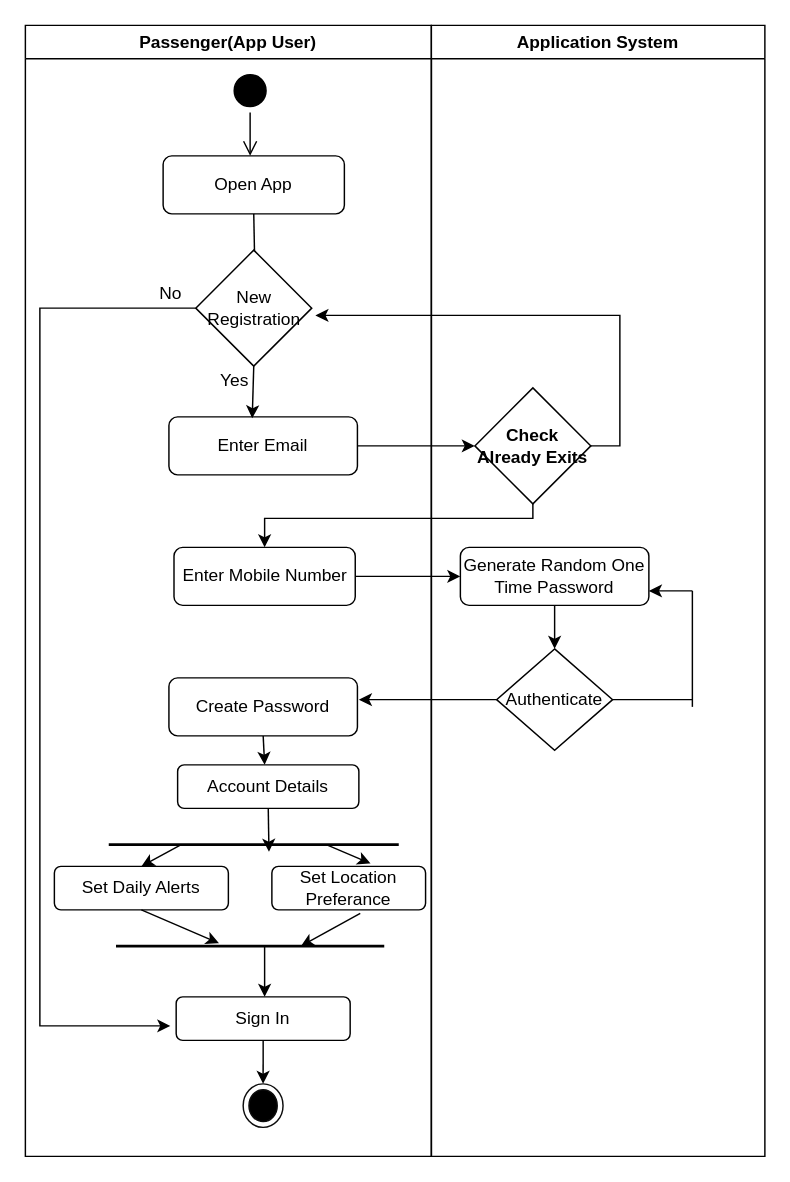
HariniRavi490/Demo-Repo keeps this draw.io diagram as Untitled Diagram.drawio. Above is the earlier version. Source tidied: cells renumbered, new cells numbered last; positions are measured from the earlier drawing's top-left corner, leaving out a move shared by most shapes. Both pictures are drawn from the tidied source at 145%, with x=0, y=0 at pixel (25, 25).
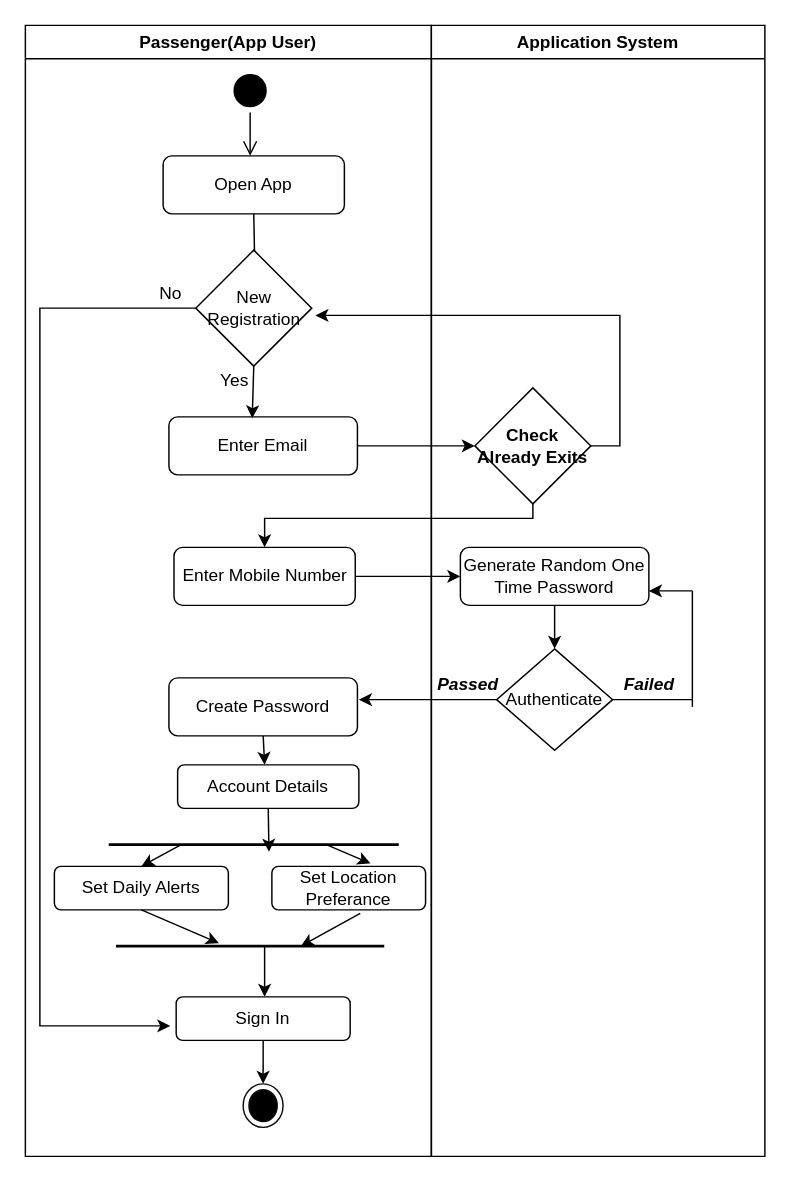
Above is the later version.

Unchanged cells that the change refers to:
```xml
<mxCell id="42" value="Application System" style="swimlane;whiteSpace=wrap;html=1;" parent="1" vertex="1">
  <mxGeometry x="280" width="230" height="780" as="geometry" />
</mxCell>
```

Change to the diagram source:
```diff
@@
+    <mxCell id="43" value="&lt;b&gt;&lt;i&gt;Failed&lt;/i&gt;&lt;/b&gt;" style="text;html=1;align=center;verticalAlign=middle;strokeColor=none;fillColor=none;" parent="42" vertex="1">
+      <mxGeometry x="120" y="440" width="60" height="30" as="geometry" />
+    </mxCell>
+    <mxCell id="44" value="&lt;b&gt;&lt;i&gt;Passed&lt;/i&gt;&lt;/b&gt;" style="text;html=1;align=center;verticalAlign=middle;strokeColor=none;fillColor=none;" parent="42" vertex="1">
+      <mxGeometry x="-10" y="440" width="70" height="30" as="geometry" />
+    </mxCell>
```
